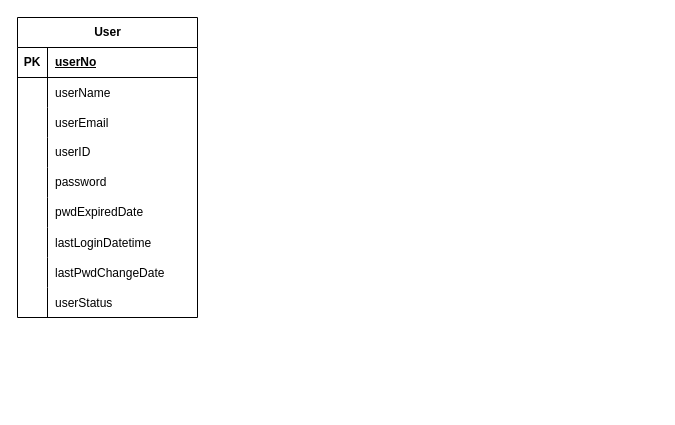
Before: table.drawio in shsewonitw/toy-project, a draw.io diagram. Source tidied: cells renumbered, new cells numbered last; positions are measured from the earlier drawing's top-left corner, leaving out a move shared by most shapes. Both pictures are drawn from the tidied source at 100%, with x=0, y=0 at pixel (17, 17).
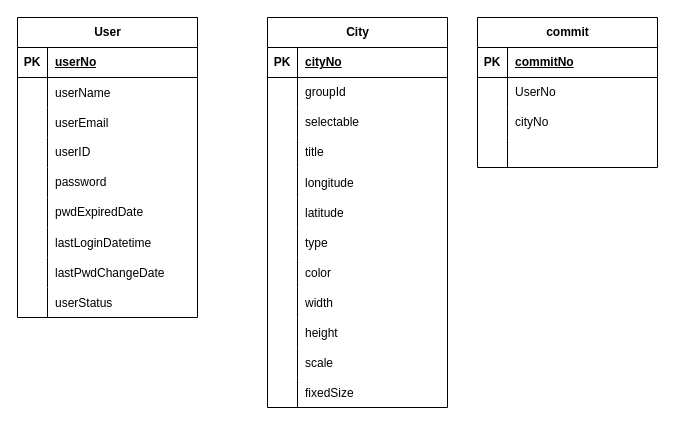
The same diagram, later.

Change to the diagram source:
```diff
@@
+    <mxCell id="30" value="City" style="shape=table;startSize=30;childLayout=tableLayout;rowLines=0;fontStyle=1;align=center;html=1;" parent="1" vertex="1">
+      <mxGeometry x="250" width="180" height="390" as="geometry" />
+    </mxCell>
+    <mxCell id="31" style="shape=tableRow;horizontal=0;startSize=0;swimlaneHead=0;swimlaneBody=0;fillColor=none;top=0;left=0;right=0;bottom=1;" parent="30" vertex="1">
+      <mxGeometry y="30" width="180" height="30" as="geometry" />
+    </mxCell>
+    <mxCell id="32" value="PK" style="shape=partialRectangle;fillColor=none;top=0;left=0;bottom=0;right=0;fontStyle=1;overflow=hidden;whiteSpace=wrap;html=1;" parent="31" vertex="1">
+      <mxGeometry width="30" height="30" as="geometry" />
+    </mxCell>
+    <mxCell id="33" value="cityNo" style="shape=partialRectangle;fillColor=none;top=0;left=0;bottom=0;right=0;align=left;spacingLeft=6;fontStyle=5;overflow=hidden;whiteSpace=wrap;html=1;" parent="31" vertex="1">
+      <mxGeometry x="30" width="150" height="30" as="geometry" />
+    </mxCell>
+    <mxCell id="34" style="shape=tableRow;horizontal=0;startSize=0;swimlaneHead=0;swimlaneBody=0;fillColor=none;top=0;left=0;right=0;bottom=0;" parent="30" vertex="1">
+      <mxGeometry y="60" width="180" height="30" as="geometry" />
+    </mxCell>
+    <mxCell id="35" style="shape=partialRectangle;fillColor=none;top=0;left=0;bottom=0;right=0;overflow=hidden;whiteSpace=wrap;html=1;" parent="34" vertex="1">
+      <mxGeometry width="30" height="30" as="geometry" />
+    </mxCell>
+    <mxCell id="36" value="groupId" style="shape=partialRectangle;fillColor=none;top=0;left=0;bottom=0;right=0;align=left;spacingLeft=6;overflow=hidden;whiteSpace=wrap;html=1;" parent="34" vertex="1">
+      <mxGeometry x="30" width="150" height="30" as="geometry" />
+    </mxCell>
+    <mxCell id="37" style="shape=tableRow;horizontal=0;startSize=0;swimlaneHead=0;swimlaneBody=0;fillColor=none;top=0;left=0;right=0;bottom=0;" parent="30" vertex="1">
+      <mxGeometry y="90" width="180" height="30" as="geometry" />
+    </mxCell>
+    <mxCell id="38" style="shape=partialRectangle;fillColor=none;top=0;left=0;bottom=0;right=0;overflow=hidden;whiteSpace=wrap;html=1;" parent="37" vertex="1">
+      <mxGeometry width="30" height="30" as="geometry" />
+    </mxCell>
+    <mxCell id="39" value="selectable" style="shape=partialRectangle;fillColor=none;top=0;left=0;bottom=0;right=0;align=left;spacingLeft=6;overflow=hidden;whiteSpace=wrap;html=1;" parent="37" vertex="1">
+      <mxGeometry x="30" width="150" height="30" as="geometry" />
+    </mxCell>
+    <mxCell id="40" style="shape=tableRow;horizontal=0;startSize=0;swimlaneHead=0;swimlaneBody=0;fillColor=none;top=0;left=0;right=0;bottom=0;" parent="30" vertex="1">
+      <mxGeometry y="120" width="180" height="30" as="geometry" />
+    </mxCell>
+    <mxCell id="41" style="shape=partialRectangle;fillColor=none;top=0;left=0;bottom=0;right=0;overflow=hidden;whiteSpace=wrap;html=1;" parent="40" vertex="1">
+      <mxGeometry width="30" height="30" as="geometry" />
+    </mxCell>
+    <mxCell id="42" value="title" style="shape=partialRectangle;fillColor=none;top=0;left=0;bottom=0;right=0;align=left;spacingLeft=6;overflow=hidden;whiteSpace=wrap;html=1;" parent="40" vertex="1">
+      <mxGeometry x="30" width="150" height="30" as="geometry" />
+    </mxCell>
+    <mxCell id="43" style="shape=tableRow;horizontal=0;startSize=0;swimlaneHead=0;swimlaneBody=0;fillColor=none;top=0;left=0;right=0;bottom=0;" parent="30" vertex="1">
+      <mxGeometry y="150" width="180" height="30" as="geometry" />
+    </mxCell>
+    <mxCell id="44" style="shape=partialRectangle;fillColor=none;top=0;left=0;bottom=0;right=0;overflow=hidden;" parent="43" vertex="1">
+      <mxGeometry width="30" height="30" as="geometry" />
+    </mxCell>
+    <mxCell id="45" value="longitude" style="shape=partialRectangle;fillColor=none;top=0;left=0;bottom=0;right=0;align=left;spacingLeft=6;overflow=hidden;" parent="43" vertex="1">
+      <mxGeometry x="30" width="150" height="30" as="geometry" />
+    </mxCell>
+    <mxCell id="46" style="shape=tableRow;horizontal=0;startSize=0;swimlaneHead=0;swimlaneBody=0;fillColor=none;top=0;left=0;right=0;bottom=0;" parent="30" vertex="1">
+      <mxGeometry y="180" width="180" height="30" as="geometry" />
+    </mxCell>
+    <mxCell id="47" style="shape=partialRectangle;fillColor=none;top=0;left=0;bottom=0;right=0;overflow=hidden;" parent="46" vertex="1">
+      <mxGeometry width="30" height="30" as="geometry" />
+    </mxCell>
+    <mxCell id="48" value="latitude" style="shape=partialRectangle;fillColor=none;top=0;left=0;bottom=0;right=0;align=left;spacingLeft=6;overflow=hidden;" parent="46" vertex="1">
+      <mxGeometry x="30" width="150" height="30" as="geometry" />
+    </mxCell>
+    <mxCell id="49" style="shape=tableRow;horizontal=0;startSize=0;swimlaneHead=0;swimlaneBody=0;fillColor=none;top=0;left=0;right=0;bottom=0;" parent="30" vertex="1">
+      <mxGeometry y="210" width="180" height="30" as="geometry" />
+    </mxCell>
+    <mxCell id="50" style="shape=partialRectangle;fillColor=none;top=0;left=0;bottom=0;right=0;overflow=hidden;" parent="49" vertex="1">
+      <mxGeometry width="30" height="30" as="geometry" />
+    </mxCell>
+    <mxCell id="51" value="type" style="shape=partialRectangle;fillColor=none;top=0;left=0;bottom=0;right=0;align=left;spacingLeft=6;overflow=hidden;" parent="49" vertex="1">
+      <mxGeometry x="30" width="150" height="30" as="geometry" />
+    </mxCell>
+    <mxCell id="52" style="shape=tableRow;horizontal=0;startSize=0;swimlaneHead=0;swimlaneBody=0;fillColor=none;top=0;left=0;right=0;bottom=0;" parent="30" vertex="1">
+      <mxGeometry y="240" width="180" height="30" as="geometry" />
+    </mxCell>
+    <mxCell id="53" style="shape=partialRectangle;fillColor=none;top=0;left=0;bottom=0;right=0;overflow=hidden;" parent="52" vertex="1">
+      <mxGeometry width="30" height="30" as="geometry" />
+    </mxCell>
+    <mxCell id="54" value="color" style="shape=partialRectangle;fillColor=none;top=0;left=0;bottom=0;right=0;align=left;spacingLeft=6;overflow=hidden;" parent="52" vertex="1">
+      <mxGeometry x="30" width="150" height="30" as="geometry" />
+    </mxCell>
+    <mxCell id="55" style="shape=tableRow;horizontal=0;startSize=0;swimlaneHead=0;swimlaneBody=0;fillColor=none;top=0;left=0;right=0;bottom=0;" parent="30" vertex="1">
+      <mxGeometry y="270" width="180" height="30" as="geometry" />
+    </mxCell>
+    <mxCell id="56" style="shape=partialRectangle;fillColor=none;top=0;left=0;bottom=0;right=0;overflow=hidden;" parent="55" vertex="1">
+      <mxGeometry width="30" height="30" as="geometry" />
+    </mxCell>
+    <mxCell id="57" value="width" style="shape=partialRectangle;fillColor=none;top=0;left=0;bottom=0;right=0;align=left;spacingLeft=6;overflow=hidden;" parent="55" vertex="1">
+      <mxGeometry x="30" width="150" height="30" as="geometry" />
+    </mxCell>
+    <mxCell id="58" style="shape=tableRow;horizontal=0;startSize=0;swimlaneHead=0;swimlaneBody=0;fillColor=none;top=0;left=0;right=0;bottom=0;" parent="30" vertex="1">
+      <mxGeometry y="300" width="180" height="30" as="geometry" />
+    </mxCell>
+    <mxCell id="59" style="shape=partialRectangle;fillColor=none;top=0;left=0;bottom=0;right=0;overflow=hidden;" parent="58" vertex="1">
+      <mxGeometry width="30" height="30" as="geometry" />
+    </mxCell>
+    <mxCell id="60" value="height" style="shape=partialRectangle;fillColor=none;top=0;left=0;bottom=0;right=0;align=left;spacingLeft=6;overflow=hidden;" parent="58" vertex="1">
+      <mxGeometry x="30" width="150" height="30" as="geometry" />
+    </mxCell>
+    <mxCell id="61" style="shape=tableRow;horizontal=0;startSize=0;swimlaneHead=0;swimlaneBody=0;fillColor=none;top=0;left=0;right=0;bottom=0;" parent="30" vertex="1">
+      <mxGeometry y="330" width="180" height="30" as="geometry" />
+    </mxCell>
+    <mxCell id="62" style="shape=partialRectangle;fillColor=none;top=0;left=0;bottom=0;right=0;overflow=hidden;" parent="61" vertex="1">
+      <mxGeometry width="30" height="30" as="geometry" />
+    </mxCell>
+    <mxCell id="63" value="scale" style="shape=partialRectangle;fillColor=none;top=0;left=0;bottom=0;right=0;align=left;spacingLeft=6;overflow=hidden;" parent="61" vertex="1">
+      <mxGeometry x="30" width="150" height="30" as="geometry" />
+    </mxCell>
+    <mxCell id="64" style="shape=tableRow;horizontal=0;startSize=0;swimlaneHead=0;swimlaneBody=0;fillColor=none;top=0;left=0;right=0;bottom=0;" parent="30" vertex="1">
+      <mxGeometry y="360" width="180" height="30" as="geometry" />
+    </mxCell>
+    <mxCell id="65" style="shape=partialRectangle;fillColor=none;top=0;left=0;bottom=0;right=0;overflow=hidden;" parent="64" vertex="1">
+      <mxGeometry width="30" height="30" as="geometry" />
+    </mxCell>
+    <mxCell id="66" value="fixedSize" style="shape=partialRectangle;fillColor=none;top=0;left=0;bottom=0;right=0;align=left;spacingLeft=6;overflow=hidden;" parent="64" vertex="1">
+      <mxGeometry x="30" width="150" height="30" as="geometry" />
+    </mxCell>
+    <mxCell id="67" value="commit" style="shape=table;startSize=30;childLayout=tableLayout;rowLines=0;fontStyle=1;align=center;html=1;" parent="1" vertex="1">
+      <mxGeometry x="460" width="180" height="150" as="geometry" />
+    </mxCell>
+    <mxCell id="68" style="shape=tableRow;horizontal=0;startSize=0;swimlaneHead=0;swimlaneBody=0;fillColor=none;top=0;left=0;right=0;bottom=1;" parent="67" vertex="1">
+      <mxGeometry y="30" width="180" height="30" as="geometry" />
+    </mxCell>
+    <mxCell id="69" value="PK" style="shape=partialRectangle;fillColor=none;top=0;left=0;bottom=0;right=0;fontStyle=1;overflow=hidden;whiteSpace=wrap;html=1;" parent="68" vertex="1">
+      <mxGeometry width="30" height="30" as="geometry" />
+    </mxCell>
+    <mxCell id="70" value="commitNo" style="shape=partialRectangle;fillColor=none;top=0;left=0;bottom=0;right=0;align=left;spacingLeft=6;fontStyle=5;overflow=hidden;whiteSpace=wrap;html=1;" parent="68" vertex="1">
+      <mxGeometry x="30" width="150" height="30" as="geometry" />
+    </mxCell>
+    <mxCell id="71" style="shape=tableRow;horizontal=0;startSize=0;swimlaneHead=0;swimlaneBody=0;fillColor=none;top=0;left=0;right=0;bottom=0;" parent="67" vertex="1">
+      <mxGeometry y="60" width="180" height="30" as="geometry" />
+    </mxCell>
+    <mxCell id="72" style="shape=partialRectangle;fillColor=none;top=0;left=0;bottom=0;right=0;overflow=hidden;whiteSpace=wrap;html=1;" parent="71" vertex="1">
+      <mxGeometry width="30" height="30" as="geometry" />
+    </mxCell>
+    <mxCell id="73" value="UserNo" style="shape=partialRectangle;fillColor=none;top=0;left=0;bottom=0;right=0;align=left;spacingLeft=6;overflow=hidden;whiteSpace=wrap;html=1;" parent="71" vertex="1">
+      <mxGeometry x="30" width="150" height="30" as="geometry" />
+    </mxCell>
+    <mxCell id="74" style="shape=tableRow;horizontal=0;startSize=0;swimlaneHead=0;swimlaneBody=0;fillColor=none;top=0;left=0;right=0;bottom=0;" parent="67" vertex="1">
+      <mxGeometry y="90" width="180" height="30" as="geometry" />
+    </mxCell>
+    <mxCell id="75" style="shape=partialRectangle;fillColor=none;top=0;left=0;bottom=0;right=0;overflow=hidden;whiteSpace=wrap;html=1;" parent="74" vertex="1">
+      <mxGeometry width="30" height="30" as="geometry" />
+    </mxCell>
+    <mxCell id="76" value="cityNo" style="shape=partialRectangle;fillColor=none;top=0;left=0;bottom=0;right=0;align=left;spacingLeft=6;overflow=hidden;whiteSpace=wrap;html=1;" parent="74" vertex="1">
+      <mxGeometry x="30" width="150" height="30" as="geometry" />
+    </mxCell>
+    <mxCell id="77" style="shape=tableRow;horizontal=0;startSize=0;swimlaneHead=0;swimlaneBody=0;fillColor=none;top=0;left=0;right=0;bottom=0;" parent="67" vertex="1">
+      <mxGeometry y="120" width="180" height="30" as="geometry" />
+    </mxCell>
+    <mxCell id="78" style="shape=partialRectangle;fillColor=none;top=0;left=0;bottom=0;right=0;overflow=hidden;whiteSpace=wrap;html=1;" parent="77" vertex="1">
+      <mxGeometry width="30" height="30" as="geometry" />
+    </mxCell>
+    <mxCell id="79" style="shape=partialRectangle;fillColor=none;top=0;left=0;bottom=0;right=0;align=left;spacingLeft=6;overflow=hidden;whiteSpace=wrap;html=1;" parent="77" vertex="1">
+      <mxGeometry x="30" width="150" height="30" as="geometry" />
+    </mxCell>
```
